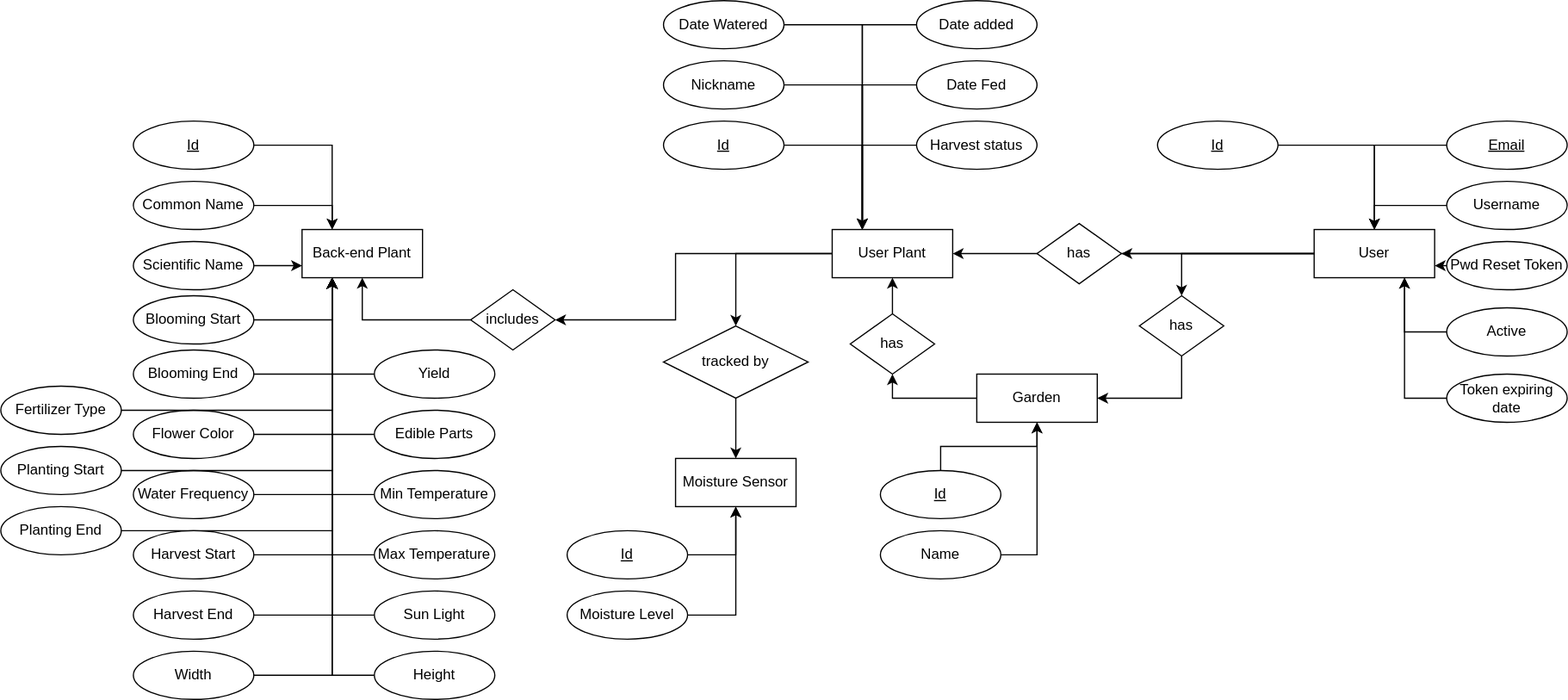
Above: docs/assets/svg/architecturalDiagrams/EERM.drawio.svg in Green-Fingers-App/gardeningApp (draw.io), before the change. Source tidied: cells renumbered, new cells last; positions are measured from the earlier drawing's top-left corner, leaving out a move shared by most shapes.
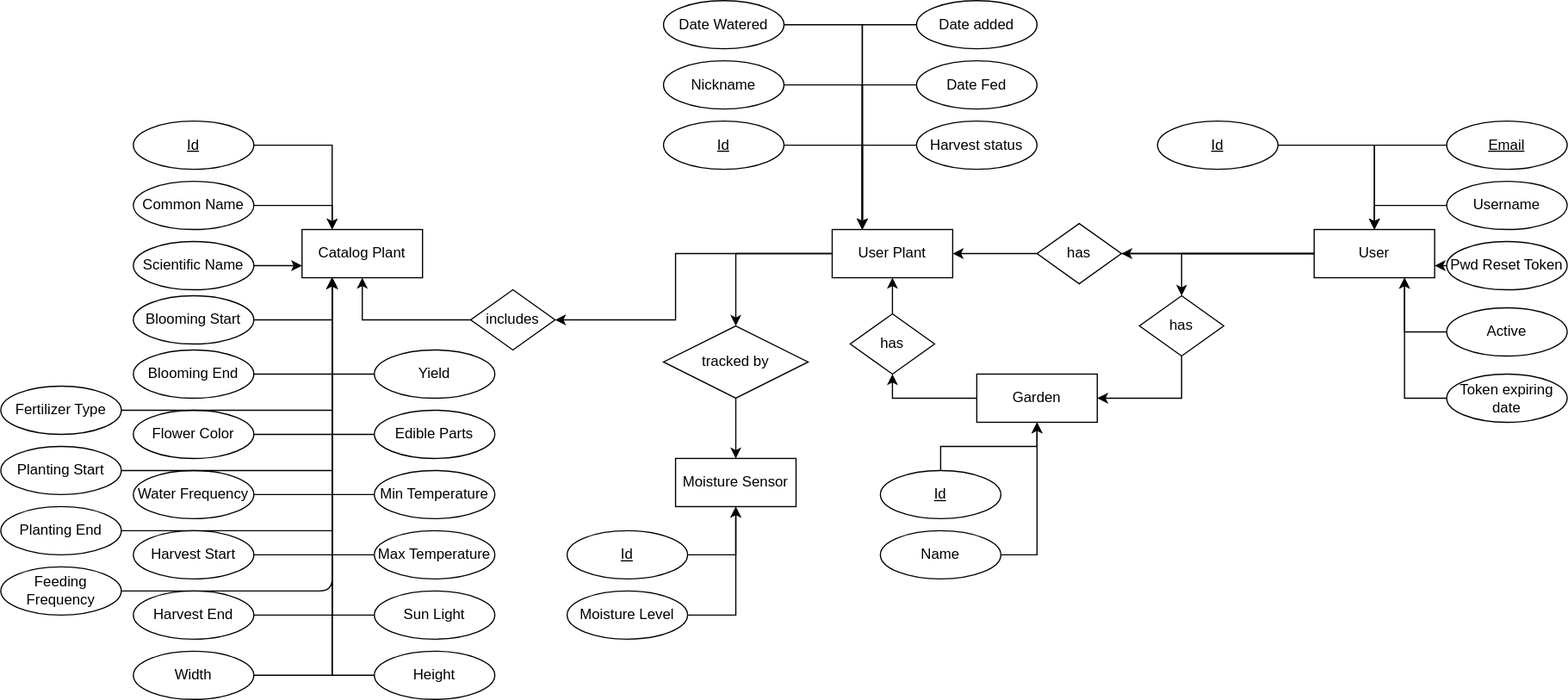
The same file after the commit.

Commit message:
add start of calendar page

What changed in the source:
```diff
@@ -2,7 +2,7 @@
   <root>
     <mxCell id="0" />
     <mxCell id="1" parent="0" />
-    <mxCell id="2" value="Back-end Plant" style="whiteSpace=wrap;html=1;align=center;" parent="1" vertex="1">
+    <mxCell id="2" value="Catalog Plant" style="whiteSpace=wrap;html=1;align=center;" parent="1" vertex="1">
       <mxGeometry x="250" y="190" width="100" height="40" as="geometry" />
     </mxCell>
     <mxCell id="3" style="edgeStyle=orthogonalEdgeStyle;rounded=0;jettySize=auto;html=1;entryX=1;entryY=0.5;entryDx=0;entryDy=0;" parent="1" edge="1" source="5" target="16">
@@ -338,5 +338,15 @@
     <mxCell id="91" value="has" style="shape=rhombus;perimeter=rhombusPerimeter;whiteSpace=wrap;html=1;align=center;" parent="1" vertex="1">
       <mxGeometry x="860" y="185" width="70" height="50" as="geometry" />
     </mxCell>
+    <mxCell id="92" style="edgeStyle=none;html=1;entryX=0.25;entryY=1;entryDx=0;entryDy=0;" parent="1" edge="1" source="93" target="2">
+      <mxGeometry relative="1" as="geometry">
+        <Array as="points">
+          <mxPoint x="275" y="490" />
+        </Array>
+      </mxGeometry>
+    </mxCell>
+    <mxCell id="93" value="Feeding Frequency" style="ellipse;whiteSpace=wrap;html=1;align=center;" parent="1" vertex="1">
+      <mxGeometry y="470" width="100" height="40" as="geometry" />
+    </mxCell>
   </root>
 </mxGraphModel>
```
